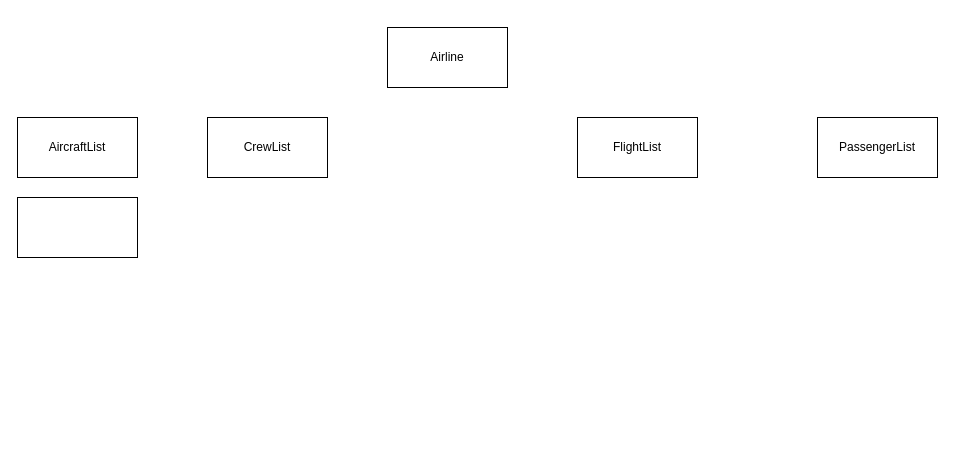
The draw.io diagram Homework/AirlineSWClassDia.drawio in chrismd2/CSci-430-Group-11, before the edit. Source tidied: cells renumbered, new cells numbered last; positions are measured from the earlier drawing's top-left corner, leaving out a move shared by most shapes. Both pictures are drawn from the tidied source at 100%, with x=0, y=0 at pixel (17, 27).
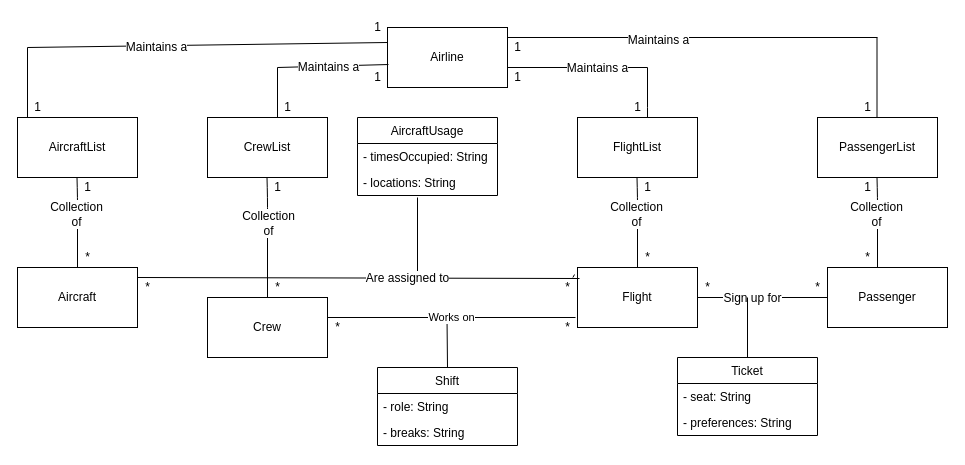
The same page after the edit.

Unchanged cells that the change refers to:
```xml
<mxCell id="2" value="Airline" style="rounded=0;whiteSpace=wrap;html=1;" parent="1" vertex="1">
  <mxGeometry x="370" width="120" height="60" as="geometry" />
</mxCell>
```

The edit, as a diff of the source:
```diff
@@
-    <mxCell id="7" style="rounded=0;whiteSpace=wrap;html=1;" parent="1" vertex="1">
-      <mxGeometry y="170" width="120" height="60" as="geometry" />
+    <mxCell id="7" value="Aircraft" style="rounded=0;whiteSpace=wrap;html=1;" parent="1" vertex="1">
+      <mxGeometry y="240" width="120" height="60" as="geometry" />
     </mxCell>
+    <mxCell id="8" value="Crew" style="rounded=0;whiteSpace=wrap;html=1;" parent="1" vertex="1">
+      <mxGeometry x="190" y="270" width="120" height="60" as="geometry" />
+    </mxCell>
+    <mxCell id="9" value="Flight" style="rounded=0;whiteSpace=wrap;html=1;" parent="1" vertex="1">
+      <mxGeometry x="560" y="240" width="120" height="60" as="geometry" />
+    </mxCell>
+    <mxCell id="10" value="Passenger" style="rounded=0;whiteSpace=wrap;html=1;" parent="1" vertex="1">
+      <mxGeometry x="810" y="240" width="120" height="60" as="geometry" />
+    </mxCell>
+    <mxCell id="11" style="endArrow=none;html=1;" parent="1" edge="1">
+      <mxGeometry relative="1" as="geometry">
+        <mxPoint x="490" y="10" as="sourcePoint" />
+        <mxPoint x="860" y="10" as="targetPoint" />
+      </mxGeometry>
+    </mxCell>
+    <mxCell id="12" value="Maintains a" style="text;html=1;align=center;verticalAlign=middle;labelBackgroundColor=#ffffff;" parent="11" vertex="1">
+      <mxGeometry x="-0.19" y="-2" relative="1" as="geometry" />
+    </mxCell>
+    <mxCell id="13" style="endArrow=none;html=1;" parent="1" edge="1">
+      <mxGeometry relative="1" as="geometry">
+        <mxPoint x="859.5" y="90" as="sourcePoint" />
+        <mxPoint x="859.5" y="10" as="targetPoint" />
+      </mxGeometry>
+    </mxCell>
+    <mxCell id="14" style="endArrow=none;html=1;exitX=0.5;exitY=0;exitDx=0;exitDy=0;" parent="1" edge="1" source="7">
+      <mxGeometry relative="1" as="geometry">
+        <mxPoint x="59.5" y="150" as="targetPoint" />
+        <Array as="points">
+          <mxPoint x="60" y="170" />
+        </Array>
+      </mxGeometry>
+    </mxCell>
+    <mxCell id="15" value="&lt;div&gt;Collection&lt;/div&gt;&lt;div&gt;of&lt;br&gt;&lt;/div&gt;" style="text;html=1;align=center;verticalAlign=middle;labelBackgroundColor=#ffffff;" parent="14" vertex="1">
+      <mxGeometry x="0.56" y="16" relative="1" as="geometry">
+        <mxPoint x="14" y="16" as="offset" />
+      </mxGeometry>
+    </mxCell>
+    <mxCell id="16" style="endArrow=none;html=1;entryX=0.008;entryY=0.617;entryDx=0;entryDy=0;entryPerimeter=0;" parent="1" edge="1" target="2">
+      <mxGeometry relative="1" as="geometry">
+        <mxPoint x="260" y="40" as="sourcePoint" />
+      </mxGeometry>
+    </mxCell>
+    <mxCell id="17" value="Maintains a" style="text;html=1;align=center;verticalAlign=middle;labelBackgroundColor=#ffffff;" parent="16" vertex="1">
+      <mxGeometry x="-0.44" y="-2" relative="1" as="geometry">
+        <mxPoint x="19" y="-1.2" as="offset" />
+      </mxGeometry>
+    </mxCell>
+    <mxCell id="18" style="endArrow=none;html=1;" parent="1" edge="1">
+      <mxGeometry relative="1" as="geometry">
+        <mxPoint x="260" y="90" as="sourcePoint" />
+        <mxPoint x="260" y="40" as="targetPoint" />
+      </mxGeometry>
+    </mxCell>
+    <mxCell id="19" style="endArrow=none;html=1;" parent="1" edge="1">
+      <mxGeometry relative="1" as="geometry">
+        <mxPoint x="10" y="90" as="sourcePoint" />
+        <mxPoint x="10" y="20" as="targetPoint" />
+      </mxGeometry>
+    </mxCell>
+    <mxCell id="20" style="endArrow=none;html=1;entryX=0;entryY=0.25;entryDx=0;entryDy=0;" parent="1" edge="1" target="2">
+      <mxGeometry relative="1" as="geometry">
+        <mxPoint x="10" y="20" as="sourcePoint" />
+      </mxGeometry>
+    </mxCell>
+    <mxCell id="21" value="Maintains a" style="text;html=1;align=center;verticalAlign=middle;labelBackgroundColor=#ffffff;" parent="20" vertex="1">
+      <mxGeometry x="-0.29" y="-1" relative="1" as="geometry" />
+    </mxCell>
+    <mxCell id="22" style="endArrow=none;html=1;exitX=0.5;exitY=0;exitDx=0;exitDy=0;" parent="1" edge="1">
+      <mxGeometry relative="1" as="geometry">
+        <mxPoint x="860" y="240" as="sourcePoint" />
+        <mxPoint x="859.5" y="150" as="targetPoint" />
+        <Array as="points">
+          <mxPoint x="860" y="170" />
+        </Array>
+      </mxGeometry>
+    </mxCell>
+    <mxCell id="23" value="&lt;div&gt;Collection&lt;/div&gt;&lt;div&gt;of&lt;br&gt;&lt;/div&gt;" style="text;html=1;align=center;verticalAlign=middle;labelBackgroundColor=#ffffff;" parent="22" vertex="1">
+      <mxGeometry x="0.56" y="16" relative="1" as="geometry">
+        <mxPoint x="14" y="16" as="offset" />
+      </mxGeometry>
+    </mxCell>
+    <mxCell id="24" style="endArrow=none;html=1;exitX=0.5;exitY=0;exitDx=0;exitDy=0;" parent="1" edge="1">
+      <mxGeometry relative="1" as="geometry">
+        <mxPoint x="620" y="240" as="sourcePoint" />
+        <mxPoint x="619.5" y="150" as="targetPoint" />
+        <Array as="points">
+          <mxPoint x="620" y="170" />
+        </Array>
+      </mxGeometry>
+    </mxCell>
+    <mxCell id="25" value="&lt;div&gt;Collection&lt;/div&gt;&lt;div&gt;of&lt;br&gt;&lt;/div&gt;" style="text;html=1;align=center;verticalAlign=middle;labelBackgroundColor=#ffffff;" parent="24" vertex="1">
+      <mxGeometry x="0.56" y="16" relative="1" as="geometry">
+        <mxPoint x="14" y="16" as="offset" />
+      </mxGeometry>
+    </mxCell>
+    <mxCell id="26" style="endArrow=none;html=1;exitX=0.5;exitY=0;exitDx=0;exitDy=0;" parent="1" edge="1" source="8">
+      <mxGeometry relative="1" as="geometry">
+        <mxPoint x="249.5" y="150" as="targetPoint" />
+        <Array as="points">
+          <mxPoint x="250" y="170" />
+        </Array>
+      </mxGeometry>
+    </mxCell>
+    <mxCell id="27" value="&lt;div&gt;Collection&lt;/div&gt;&lt;div&gt;of&lt;br&gt;&lt;/div&gt;" style="text;html=1;align=center;verticalAlign=middle;labelBackgroundColor=#ffffff;" parent="26" vertex="1">
+      <mxGeometry x="0.56" y="16" relative="1" as="geometry">
+        <mxPoint x="16" y="19.6" as="offset" />
+      </mxGeometry>
+    </mxCell>
+    <mxCell id="28" style="endArrow=none;html=1;" parent="1" edge="1">
+      <mxGeometry relative="1" as="geometry">
+        <mxPoint x="630" y="80" as="sourcePoint" />
+        <mxPoint x="630" y="40" as="targetPoint" />
+      </mxGeometry>
+    </mxCell>
+    <mxCell id="29" style="endArrow=none;html=1;" parent="1" edge="1">
+      <mxGeometry relative="1" as="geometry">
+        <mxPoint x="490" y="40" as="sourcePoint" />
+        <mxPoint x="630" y="40" as="targetPoint" />
+      </mxGeometry>
+    </mxCell>
+    <mxCell id="30" value="Maintains a" style="text;html=1;align=center;verticalAlign=middle;labelBackgroundColor=#ffffff;" parent="29" vertex="1">
+      <mxGeometry x="0.27" relative="1" as="geometry" />
+    </mxCell>
+    <mxCell id="31" value="1" style="text;html=1;align=center;verticalAlign=middle;" parent="1" vertex="1">
+      <mxGeometry x="350" y="-10" width="20" height="20" as="geometry" />
+    </mxCell>
+    <mxCell id="32" value="1" style="text;html=1;align=center;verticalAlign=middle;" parent="1" vertex="1">
+      <mxGeometry x="350" y="40" width="20" height="20" as="geometry" />
+    </mxCell>
+    <mxCell id="33" value="1" style="text;html=1;align=center;verticalAlign=middle;" parent="1" vertex="1">
+      <mxGeometry x="260" y="70" width="20" height="20" as="geometry" />
+    </mxCell>
+    <mxCell id="34" value="1" style="text;html=1;align=center;verticalAlign=middle;" parent="1" vertex="1">
+      <mxGeometry x="610" y="70" width="20" height="20" as="geometry" />
+    </mxCell>
+    <mxCell id="35" value="1" style="text;html=1;align=center;verticalAlign=middle;" parent="1" vertex="1">
+      <mxGeometry x="490" y="40" width="20" height="20" as="geometry" />
+    </mxCell>
+    <mxCell id="36" value="1" style="text;html=1;align=center;verticalAlign=middle;" parent="1" vertex="1">
+      <mxGeometry x="490" y="10" width="20" height="20" as="geometry" />
+    </mxCell>
+    <mxCell id="37" value="1" style="text;html=1;align=center;verticalAlign=middle;" parent="1" vertex="1">
+      <mxGeometry x="840" y="70" width="20" height="20" as="geometry" />
+    </mxCell>
+    <mxCell id="38" style="endArrow=none;html=1;" parent="1" edge="1">
+      <mxGeometry relative="1" as="geometry">
+        <mxPoint x="630" y="90" as="sourcePoint" />
+        <mxPoint x="630" y="80" as="targetPoint" />
+      </mxGeometry>
+    </mxCell>
+    <mxCell id="39" value="1" style="text;html=1;align=center;verticalAlign=middle;" parent="1" vertex="1">
+      <mxGeometry x="10" y="70" width="20" height="20" as="geometry" />
+    </mxCell>
+    <mxCell id="40" value="1" style="text;html=1;align=center;verticalAlign=middle;" parent="1" vertex="1">
+      <mxGeometry x="60" y="150" width="20" height="20" as="geometry" />
+    </mxCell>
+    <mxCell id="41" value="1" style="text;html=1;align=center;verticalAlign=middle;" parent="1" vertex="1">
+      <mxGeometry x="250" y="150" width="20" height="20" as="geometry" />
+    </mxCell>
+    <mxCell id="42" value="1" style="text;html=1;align=center;verticalAlign=middle;" parent="1" vertex="1">
+      <mxGeometry x="620" y="150" width="20" height="20" as="geometry" />
+    </mxCell>
+    <mxCell id="43" value="1" style="text;html=1;align=center;verticalAlign=middle;" parent="1" vertex="1">
+      <mxGeometry x="840" y="150" width="20" height="20" as="geometry" />
+    </mxCell>
+    <mxCell id="44" value="*" style="text;html=1;align=center;verticalAlign=middle;" parent="1" vertex="1">
+      <mxGeometry x="840" y="220" width="20" height="20" as="geometry" />
+    </mxCell>
+    <mxCell id="45" value="*" style="text;html=1;align=center;verticalAlign=middle;" parent="1" vertex="1">
+      <mxGeometry x="620" y="220" width="20" height="20" as="geometry" />
+    </mxCell>
+    <mxCell id="46" value="*" style="text;html=1;align=center;verticalAlign=middle;" parent="1" vertex="1">
+      <mxGeometry x="250" y="250" width="20" height="20" as="geometry" />
+    </mxCell>
+    <mxCell id="47" value="*" style="text;html=1;align=center;verticalAlign=middle;" parent="1" vertex="1">
+      <mxGeometry x="60" y="220" width="20" height="20" as="geometry" />
+    </mxCell>
+    <mxCell id="48" style="endArrow=none;html=1;entryX=-0.025;entryY=0.117;entryDx=0;entryDy=0;entryPerimeter=0;" parent="1" edge="1" source="67" target="9">
+      <mxGeometry relative="1" as="geometry" />
+    </mxCell>
+    <mxCell id="49" style="endArrow=none;html=1;entryX=0;entryY=0.5;entryDx=0;entryDy=0;exitX=1;exitY=0.5;exitDx=0;exitDy=0;" parent="1" edge="1" source="9" target="10">
+      <mxGeometry relative="1" as="geometry" />
+    </mxCell>
+    <mxCell id="50" value="Sign up for" style="text;html=1;align=center;verticalAlign=middle;labelBackgroundColor=#ffffff;" parent="49" vertex="1">
+      <mxGeometry x="-0.17" relative="1" as="geometry" />
+    </mxCell>
+    <mxCell id="51" style="endArrow=none;html=1;" parent="1" edge="1">
+      <mxGeometry relative="1" as="geometry">
+        <mxPoint x="430" y="340" as="sourcePoint" />
+        <mxPoint x="429.5" y="290" as="targetPoint" />
+      </mxGeometry>
+    </mxCell>
+    <mxCell id="52" value="Shift" style="swimlane;fontStyle=0;horizontal=1;startSize=26;fillColor=none;" parent="1" vertex="1">
+      <mxGeometry x="360" y="340" width="140" height="78" as="geometry" />
+    </mxCell>
+    <mxCell id="53" value="- role: String" style="text;strokeColor=none;fillColor=none;align=left;verticalAlign=top;spacingLeft=4;spacingRight=4;overflow=hidden;" parent="52" vertex="1">
+      <mxGeometry y="26" width="140" height="26" as="geometry" />
+    </mxCell>
+    <mxCell id="54" value="- breaks: String" style="text;strokeColor=none;fillColor=none;align=left;verticalAlign=top;spacingLeft=4;spacingRight=4;overflow=hidden;" parent="52" vertex="1">
+      <mxGeometry y="52" width="140" height="26" as="geometry" />
+    </mxCell>
+    <mxCell id="55" style="endArrow=none;html=1;" parent="1" edge="1">
+      <mxGeometry relative="1" as="geometry">
+        <mxPoint x="730" y="330" as="sourcePoint" />
+        <mxPoint x="730" y="270" as="targetPoint" />
+      </mxGeometry>
+    </mxCell>
+    <mxCell id="56" value="Ticket" style="swimlane;fontStyle=0;horizontal=1;startSize=26;fillColor=none;" parent="1" vertex="1">
+      <mxGeometry x="660" y="330" width="140" height="78" as="geometry" />
+    </mxCell>
+    <mxCell id="57" value="- seat: String" style="text;strokeColor=none;fillColor=none;align=left;verticalAlign=top;spacingLeft=4;spacingRight=4;overflow=hidden;" parent="56" vertex="1">
+      <mxGeometry y="26" width="140" height="26" as="geometry" />
+    </mxCell>
+    <mxCell id="58" value="- preferences: String" style="text;strokeColor=none;fillColor=none;align=left;verticalAlign=top;spacingLeft=4;spacingRight=4;overflow=hidden;" parent="56" vertex="1">
+      <mxGeometry y="52" width="140" height="26" as="geometry" />
+    </mxCell>
+    <mxCell id="59" style="endArrow=none;html=1;" parent="1" edge="1">
+      <mxGeometry relative="1" as="geometry">
+        <mxPoint x="400" y="250" as="sourcePoint" />
+        <mxPoint x="400" y="170" as="targetPoint" />
+      </mxGeometry>
+    </mxCell>
+    <mxCell id="60" value="AircraftUsage" style="swimlane;fontStyle=0;horizontal=1;startSize=26;fillColor=none;" parent="1" vertex="1">
+      <mxGeometry x="340" y="90" width="140" height="78" as="geometry" />
+    </mxCell>
+    <mxCell id="61" value="- timesOccupied: String" style="text;strokeColor=none;fillColor=none;align=left;verticalAlign=top;spacingLeft=4;spacingRight=4;overflow=hidden;" parent="60" vertex="1">
+      <mxGeometry y="26" width="140" height="26" as="geometry" />
+    </mxCell>
+    <mxCell id="62" value="- locations: String" style="text;strokeColor=none;fillColor=none;align=left;verticalAlign=top;spacingLeft=4;spacingRight=4;overflow=hidden;" parent="60" vertex="1">
+      <mxGeometry y="52" width="140" height="26" as="geometry" />
+    </mxCell>
+    <mxCell id="63" value="*" style="text;html=1;align=center;verticalAlign=middle;" parent="1" vertex="1">
+      <mxGeometry x="790" y="250" width="20" height="20" as="geometry" />
+    </mxCell>
+    <mxCell id="64" value="*" style="text;html=1;align=center;verticalAlign=middle;" parent="1" vertex="1">
+      <mxGeometry x="680" y="250" width="20" height="20" as="geometry" />
+    </mxCell>
+    <mxCell id="65" value="*" style="text;html=1;align=center;verticalAlign=middle;" parent="1" vertex="1">
+      <mxGeometry x="310" y="290" width="20" height="20" as="geometry" />
+    </mxCell>
+    <mxCell id="66" value="*" style="text;html=1;align=center;verticalAlign=middle;" parent="1" vertex="1">
+      <mxGeometry x="120" y="250" width="20" height="20" as="geometry" />
+    </mxCell>
+    <mxCell id="67" value="*" style="text;html=1;align=center;verticalAlign=middle;points=[];" parent="1" vertex="1">
+      <mxGeometry x="540" y="250" width="20" height="20" as="geometry" />
+    </mxCell>
+    <mxCell id="68" style="endArrow=none;html=1;entryX=1.1;entryY=0.05;entryDx=0;entryDy=0;entryPerimeter=0;" parent="1" edge="1" target="67">
+      <mxGeometry relative="1" as="geometry">
+        <mxPoint x="120" y="250" as="sourcePoint" />
+      </mxGeometry>
+    </mxCell>
+    <mxCell id="69" value="Are assigned to" style="text;html=1;align=center;verticalAlign=middle;labelBackgroundColor=#ffffff;" parent="68" vertex="1">
+      <mxGeometry x="0.22" relative="1" as="geometry" />
+    </mxCell>
+    <mxCell id="70" value="*" style="text;html=1;align=center;verticalAlign=middle;" parent="1" vertex="1">
+      <mxGeometry x="540" y="290" width="20" height="20" as="geometry" />
+    </mxCell>
+    <mxCell id="71" value="Works on" style="endArrow=none;html=1;" parent="1" edge="1">
+      <mxGeometry relative="1" as="geometry">
+        <mxPoint x="310" y="290" as="sourcePoint" />
+        <mxPoint x="558" y="290" as="targetPoint" />
+      </mxGeometry>
+    </mxCell>
```
